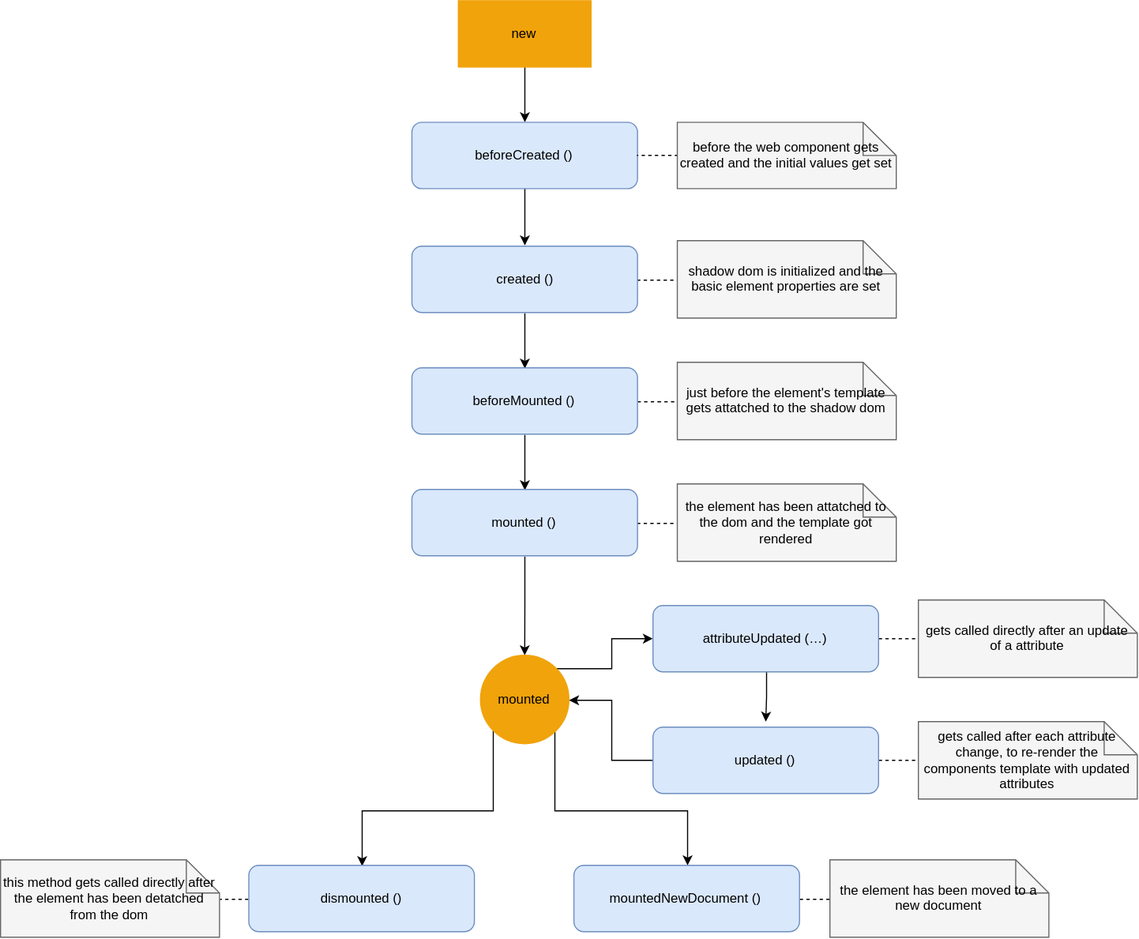
Before: img/component-lifecycle.svg, a diagram exported from draw.io (tangleMesh/base-class). Source tidied: cells renumbered, new cells last; positions are measured from the earlier drawing's top-left corner, leaving out a move shared by most shapes.
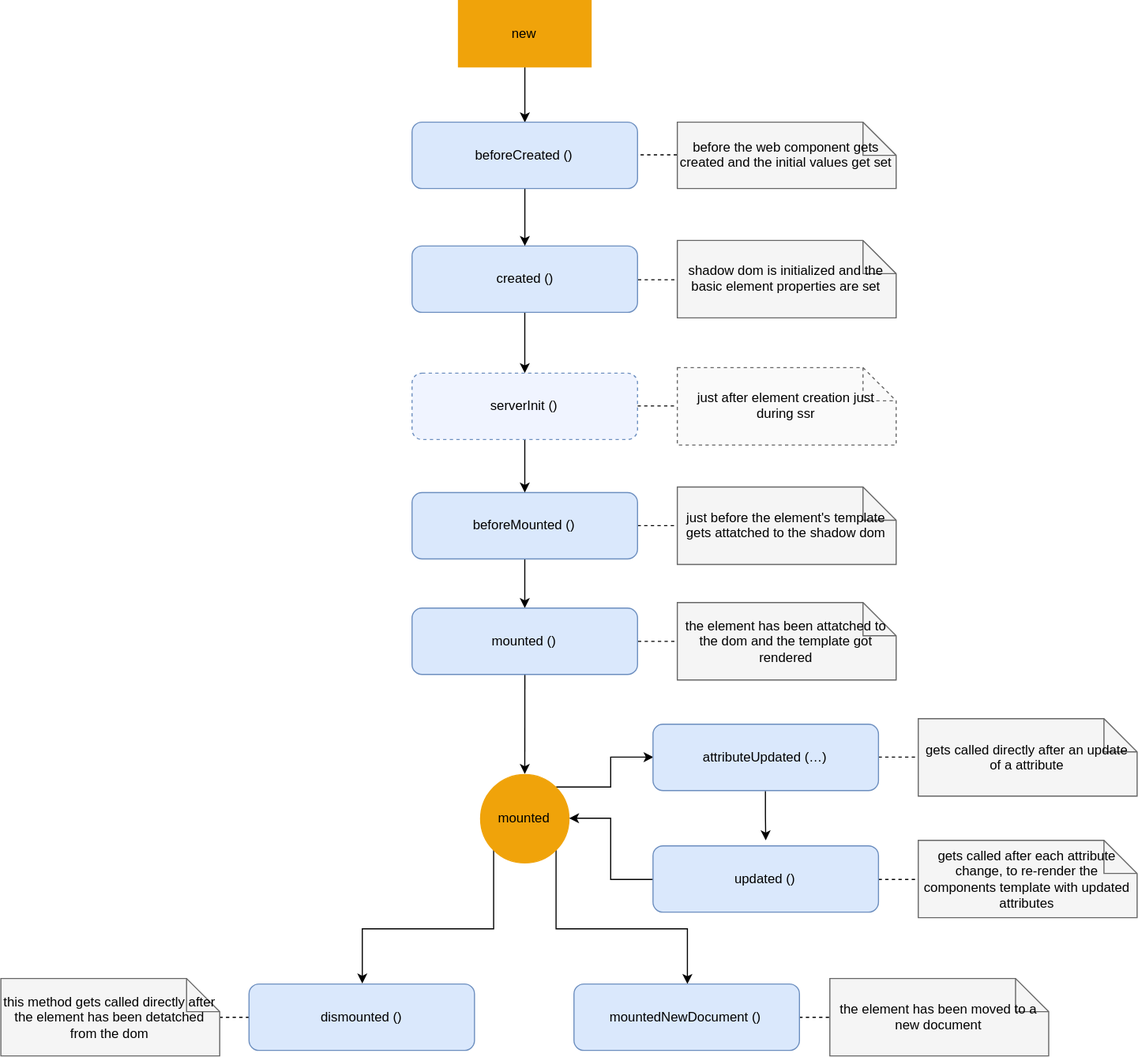
Above is the later version.

Diff of the diagram source:
```diff
@@ -6,25 +6,25 @@
       <mxGeometry relative="1" as="geometry" />
     </mxCell>
     <mxCell id="3" value="new" style="rounded=0;whiteSpace=wrap;html=1;fillColor=#f0a30a;strokeColor=#f0a30a;" parent="1" vertex="1">
-      <mxGeometry x="414" width="120" height="60" as="geometry" />
+      <mxGeometry x="414" y="-107.5" width="120" height="60" as="geometry" />
     </mxCell>
-    <mxCell id="4" style="edgeStyle=orthogonalEdgeStyle;rounded=0;html=1;exitX=0.5;exitY=1;entryX=0.5;entryY=0;jettySize=auto;" parent="1" edge="1" source="6" target="9">
-      <mxGeometry relative="1" as="geometry" />
-    </mxCell>
     <mxCell id="5" style="edgeStyle=orthogonalEdgeStyle;rounded=0;html=1;exitX=1;exitY=0.5;entryX=0;entryY=0.5;dashed=1;endArrow=none;endFill=0;jettySize=auto;strokeColor=#000000;" parent="1" edge="1" source="6" target="31">
       <mxGeometry relative="1" as="geometry" />
     </mxCell>
+    <mxCell id="38" style="edgeStyle=orthogonalEdgeStyle;rounded=0;html=1;jettySize=auto;" parent="1" edge="1" source="6" target="41">
+      <mxGeometry relative="1" as="geometry" />
+    </mxCell>
     <mxCell id="6" value="created ()" style="rounded=1;whiteSpace=wrap;html=1;fillColor=#dae8fc;strokeColor=#6c8ebf;" parent="1" vertex="1">
-      <mxGeometry x="372" y="222" width="204" height="60" as="geometry" />
+      <mxGeometry x="372" y="114.5" width="204" height="60" as="geometry" />
     </mxCell>
+    <mxCell id="8" style="edgeStyle=orthogonalEdgeStyle;rounded=0;html=1;dashed=1;endArrow=none;endFill=0;jettySize=auto;strokeColor=#000000;" parent="1" edge="1" source="9" target="32">
+      <mxGeometry relative="1" as="geometry" />
+    </mxCell>
-    <mxCell id="7" style="edgeStyle=orthogonalEdgeStyle;rounded=0;html=1;exitX=0.5;exitY=1;entryX=0.5;entryY=0;jettySize=auto;" parent="1" edge="1" source="9" target="12">
+    <mxCell id="7" style="edgeStyle=orthogonalEdgeStyle;rounded=0;html=1;jettySize=auto;" parent="1" edge="1" source="9" target="12">
       <mxGeometry relative="1" as="geometry" />
     </mxCell>
-    <mxCell id="8" style="edgeStyle=orthogonalEdgeStyle;rounded=0;html=1;dashed=1;endArrow=none;endFill=0;jettySize=auto;strokeColor=#000000;" parent="1" edge="1" source="9" target="32">
-      <mxGeometry relative="1" as="geometry" />
-    </mxCell>
     <mxCell id="9" value="beforeMounted ()" style="rounded=1;whiteSpace=wrap;html=1;fillColor=#dae8fc;strokeColor=#6c8ebf;" parent="1" vertex="1">
-      <mxGeometry x="372" y="332" width="204" height="60" as="geometry" />
+      <mxGeometry x="372" y="337.5" width="204" height="60" as="geometry" />
     </mxCell>
     <mxCell id="10" style="edgeStyle=orthogonalEdgeStyle;rounded=0;html=1;exitX=0.5;exitY=1;jettySize=auto;" parent="1" edge="1" source="12" target="16">
       <mxGeometry relative="1" as="geometry" />
@@ -93,19 +93,19 @@
       <mxGeometry relative="1" as="geometry" />
     </mxCell>
     <mxCell id="28" value="beforeCreated ()" style="rounded=1;whiteSpace=wrap;html=1;fillColor=#dae8fc;strokeColor=#6c8ebf;" parent="1" vertex="1">
-      <mxGeometry x="372" y="110" width="204" height="60" as="geometry" />
+      <mxGeometry x="372" y="2.5" width="204" height="60" as="geometry" />
     </mxCell>
     <mxCell id="29" style="edgeStyle=orthogonalEdgeStyle;rounded=0;html=1;exitX=0;exitY=0.5;entryX=1;entryY=0.5;jettySize=auto;dashed=1;strokeColor=#000000;endArrow=none;endFill=0;" parent="1" edge="1" source="30" target="28">
       <mxGeometry relative="1" as="geometry" />
     </mxCell>
     <mxCell id="30" value="before the web component gets created and the initial values get set" style="shape=note;whiteSpace=wrap;html=1;backgroundOutline=1;fillColor=#f5f5f5;strokeColor=#666666;" parent="1" vertex="1">
-      <mxGeometry x="612" y="110" width="198" height="60" as="geometry" />
+      <mxGeometry x="612" y="2.5" width="198" height="60" as="geometry" />
     </mxCell>
     <mxCell id="31" value="shadow dom is initialized and the basic element properties are set" style="shape=note;whiteSpace=wrap;html=1;backgroundOutline=1;fillColor=#f5f5f5;strokeColor=#666666;" parent="1" vertex="1">
-      <mxGeometry x="612" y="217" width="198" height="70" as="geometry" />
+      <mxGeometry x="612" y="109.5" width="198" height="70" as="geometry" />
     </mxCell>
     <mxCell id="32" value="just before the element's template gets attatched to the shadow dom" style="shape=note;whiteSpace=wrap;html=1;backgroundOutline=1;fillColor=#f5f5f5;strokeColor=#666666;" parent="1" vertex="1">
-      <mxGeometry x="612" y="327" width="198" height="70" as="geometry" />
+      <mxGeometry x="612" y="332.5" width="198" height="70" as="geometry" />
     </mxCell>
     <mxCell id="33" value="the element has been attatched to the dom and the template got rendered" style="shape=note;whiteSpace=wrap;html=1;backgroundOutline=1;fillColor=#f5f5f5;strokeColor=#666666;" parent="1" vertex="1">
       <mxGeometry x="612" y="437" width="198" height="70" as="geometry" />
@@ -122,5 +122,17 @@
     <mxCell id="37" value="the element has been moved to a new document" style="shape=note;whiteSpace=wrap;html=1;backgroundOutline=1;fillColor=#f5f5f5;strokeColor=#666666;" parent="1" vertex="1">
       <mxGeometry x="750" y="777" width="198" height="70" as="geometry" />
     </mxCell>
+    <mxCell id="39" style="edgeStyle=orthogonalEdgeStyle;rounded=0;html=1;dashed=1;endArrow=none;endFill=0;jettySize=auto;strokeColor=#000000;" parent="1" edge="1" source="41" target="42">
+      <mxGeometry relative="1" as="geometry" />
+    </mxCell>
+    <mxCell id="40" style="edgeStyle=orthogonalEdgeStyle;rounded=0;html=1;jettySize=auto;" parent="1" edge="1" source="41" target="9">
+      <mxGeometry relative="1" as="geometry" />
+    </mxCell>
+    <mxCell id="41" value="serverInit ()" style="rounded=1;whiteSpace=wrap;html=1;fillColor=#F0F4FF;strokeColor=#6c8ebf;dashed=1;" parent="1" vertex="1">
+      <mxGeometry x="372" y="229.5" width="204" height="60" as="geometry" />
+    </mxCell>
+    <mxCell id="42" value="just after element creation just during ssr" style="shape=note;whiteSpace=wrap;html=1;backgroundOutline=1;fillColor=#FAFAFA;strokeColor=#666666;dashed=1;" parent="1" vertex="1">
+      <mxGeometry x="612" y="224.5" width="198" height="70" as="geometry" />
+    </mxCell>
   </root>
 </mxGraphModel>
```
